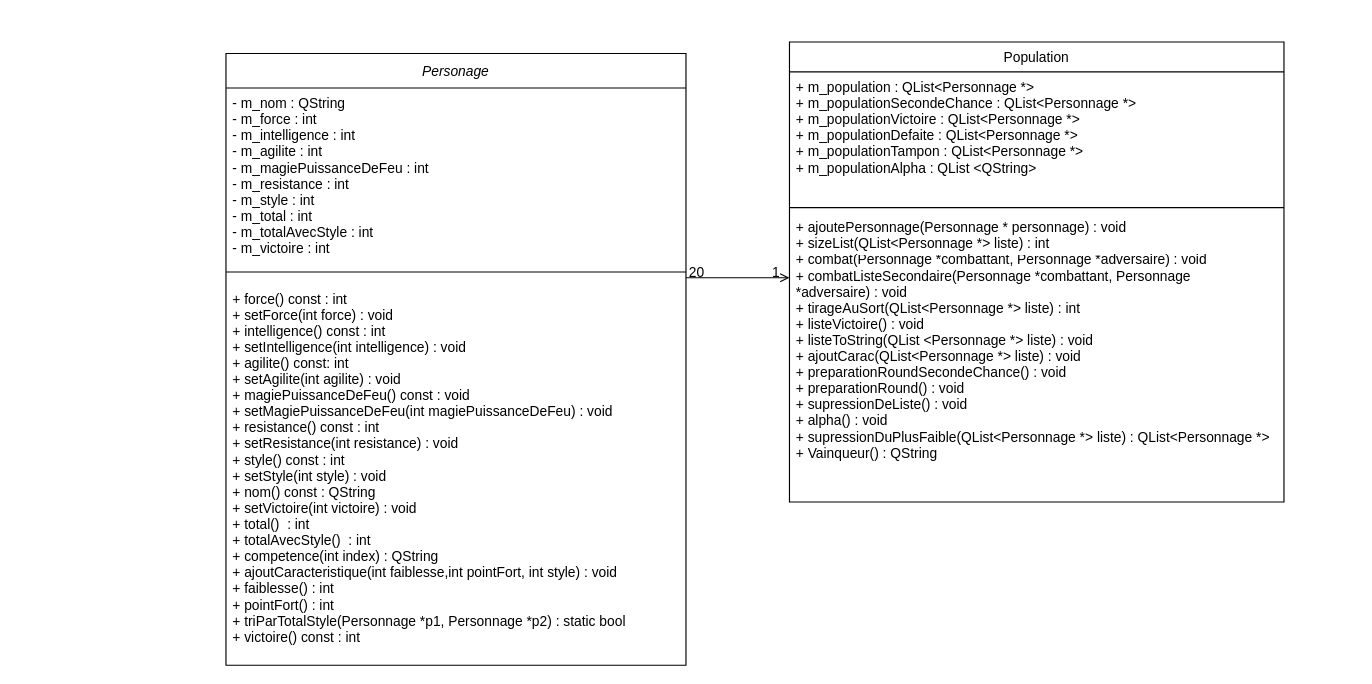
Before: Untitled Diagram.drawio in dylan6440/Cpp_Project, a draw.io diagram. Source tidied: cells renumbered, new cells numbered last; positions are measured from the earlier drawing's top-left corner, leaving out a move shared by most shapes. Both pictures are drawn from the tidied source at 115%, with x=0, y=0 at pixel (225, 41).
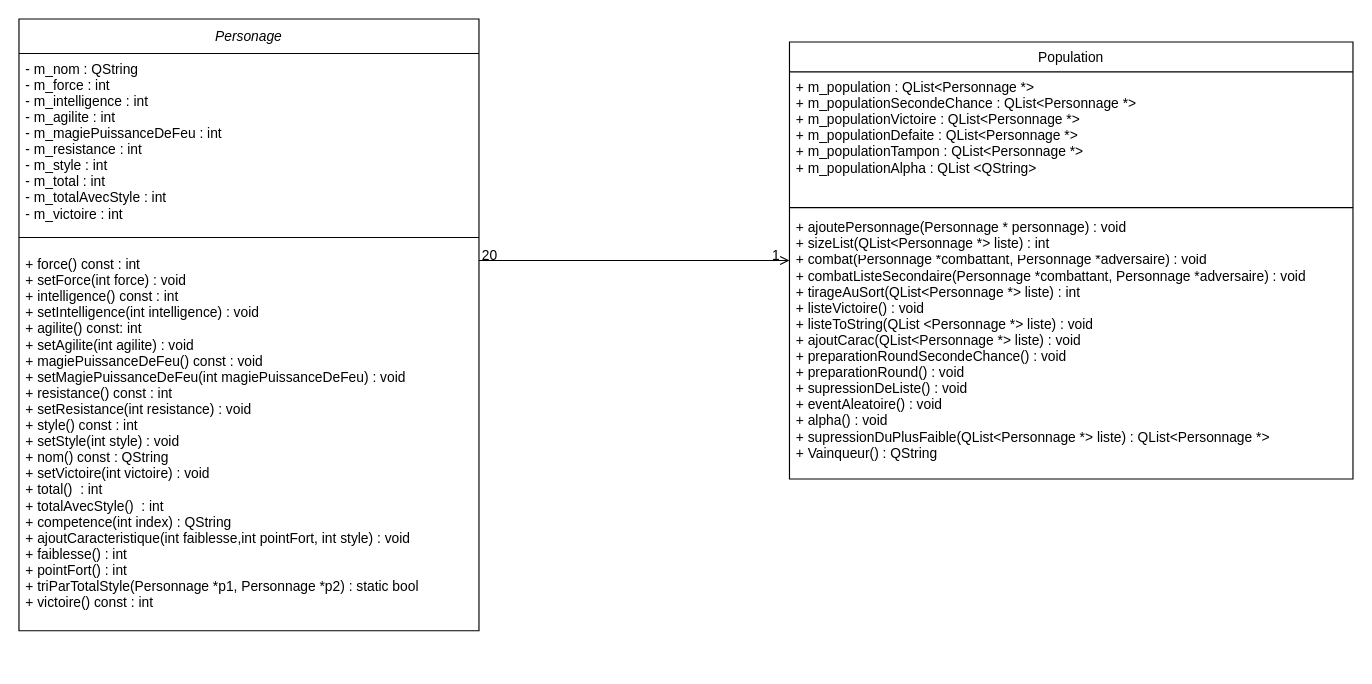
The same page after the edit.

Change to the diagram source:
```diff
@@
 <mxGraphModel>
   <root>
     <mxCell id="0" />
     <mxCell id="1" parent="0" />
     <mxCell id="2" value="Personage" style="swimlane;fontStyle=2;align=center;verticalAlign=middle;horizontal=1;startSize=30;rounded=0;shadow=0;strokeWidth=1;" parent="1" vertex="1">
-      <mxGeometry y="10" width="400" height="532" as="geometry" />
+      <mxGeometry x="-180" y="-20" width="400" height="532" as="geometry" />
     </mxCell>
     <mxCell id="3" value="- m_nom : QString&#10;- m_force : int&#10;- m_intelligence : int&#10;- m_agilite : int&#10;- m_magiePuissanceDeFeu : int&#10;- m_resistance : int&#10;- m_style : int&#10;- m_total : int&#10;- m_totalAvecStyle : int&#10;- m_victoire : int" style="text;align=left;verticalAlign=top;spacingLeft=4;spacingRight=4;overflow=hidden;" parent="2" vertex="1">
       <mxGeometry y="30" width="400" height="150" as="geometry" />
     </mxCell>
     <mxCell id="4" style="line;html=1;strokeWidth=1;align=left;verticalAlign=middle;spacingTop=-1;spacingLeft=3;spacingRight=3;labelPosition=right;" parent="2" vertex="1">
       <mxGeometry y="180" width="400" height="20" as="geometry" />
     </mxCell>
     <mxCell id="5" value="+ force() const : int&#10;+ setForce(int force) : void&#10;+ intelligence() const : int&#10;+ setIntelligence(int intelligence) : void&#10;+ agilite() const: int&#10;+ setAgilite(int agilite) : void&#10;+ magiePuissanceDeFeu() const : void&#10;+ setMagiePuissanceDeFeu(int magiePuissanceDeFeu) : void&#10;+ resistance() const : int&#10;+ setResistance(int resistance) : void&#10;+ style() const : int&#10;+ setStyle(int style) : void&#10;+ nom() const : QString &#10;+ setVictoire(int victoire) : void &#10;+ total()  : int &#10;+ totalAvecStyle()  : int &#10;+ competence(int index) : QString &#10;+ ajoutCaracteristique(int faiblesse,int pointFort, int style) : void &#10;+ faiblesse() : int &#10;+ pointFort() : int &#10;+ triParTotalStyle(Personnage *p1, Personnage *p2) : static bool&#10;+ victoire() const : int " style="text;align=left;verticalAlign=top;spacingLeft=4;spacingRight=4;overflow=hidden;" parent="2" vertex="1">
       <mxGeometry y="200" width="400" height="332" as="geometry" />
     </mxCell>
     <mxCell id="6" value="Population" style="swimlane;fontStyle=0;align=center;verticalAlign=top;horizontal=1;startSize=26;rounded=0;shadow=0;strokeWidth=1;" parent="1" vertex="1">
-      <mxGeometry x="490" width="430" height="400" as="geometry" />
+      <mxGeometry x="490" width="490" height="380" as="geometry" />
     </mxCell>
     <mxCell id="7" value="+ m_population : QList&lt;Personnage *&gt;&#10;+ m_populationSecondeChance : QList&lt;Personnage *&gt;&#10;+ m_populationVictoire : QList&lt;Personnage *&gt;&#10;+ m_populationDefaite : QList&lt;Personnage *&gt;&#10;+ m_populationTampon : QList&lt;Personnage *&gt;&#10;+ m_populationAlpha : QList &lt;QString&gt;" style="text;align=left;verticalAlign=top;spacingLeft=4;spacingRight=4;overflow=hidden;" parent="6" vertex="1">
-      <mxGeometry y="26" width="430" height="114" as="geometry" />
+      <mxGeometry y="26" width="490" height="114" as="geometry" />
     </mxCell>
     <mxCell id="8" style="line;html=1;strokeWidth=1;align=left;verticalAlign=middle;spacingTop=-1;spacingLeft=3;spacingRight=3;labelPosition=right;" parent="6" vertex="1">
-      <mxGeometry y="140" width="430" height="8" as="geometry" />
+      <mxGeometry y="140" width="490" height="8" as="geometry" />
     </mxCell>
-    <mxCell id="9" value="+ ajoutePersonnage(Personnage * personnage) : void&#10;+ sizeList(QList&lt;Personnage *&gt; liste) : int&#10;+ combat(Personnage *combattant, Personnage *adversaire) : void&#10;+ combatListeSecondaire(Personnage *combattant, Personnage&#10;*adversaire) : void&#10;+ tirageAuSort(QList&lt;Personnage *&gt; liste) : int&#10;+ listeVictoire() : void&#10;+ listeToString(QList &lt;Personnage *&gt; liste) : void&#10;+ ajoutCarac(QList&lt;Personnage *&gt; liste) : void&#10;+ preparationRoundSecondeChance() : void&#10;+ preparationRound() : void&#10;+ supressionDeListe() : void&#10;+ alpha() : void&#10;+ supressionDuPlusFaible(QList&lt;Personnage *&gt; liste) : QList&lt;Personnage *&gt;&#10;+ Vainqueur() : QString" style="text;align=left;verticalAlign=top;spacingLeft=4;spacingRight=4;overflow=hidden;" parent="6" vertex="1">
-      <mxGeometry y="148" width="430" height="242" as="geometry" />
+    <mxCell id="9" value="+ ajoutePersonnage(Personnage * personnage) : void&#10;+ sizeList(QList&lt;Personnage *&gt; liste) : int&#10;+ combat(Personnage *combattant, Personnage *adversaire) : void&#10;+ combatListeSecondaire(Personnage *combattant, Personnage *adversaire) : void&#10;+ tirageAuSort(QList&lt;Personnage *&gt; liste) : int&#10;+ listeVictoire() : void&#10;+ listeToString(QList &lt;Personnage *&gt; liste) : void&#10;+ ajoutCarac(QList&lt;Personnage *&gt; liste) : void&#10;+ preparationRoundSecondeChance() : void&#10;+ preparationRound() : void&#10;+ supressionDeListe() : void&#10;+ eventAleatoire() : void&#10;+ alpha() : void&#10;+ supressionDuPlusFaible(QList&lt;Personnage *&gt; liste) : QList&lt;Personnage *&gt;&#10;+ Vainqueur() : QString" style="text;align=left;verticalAlign=top;spacingLeft=4;spacingRight=4;overflow=hidden;" parent="6" vertex="1">
+      <mxGeometry y="148" width="490" height="232" as="geometry" />
     </mxCell>
     <mxCell id="10" style="endArrow=open;shadow=0;strokeWidth=1;rounded=0;endFill=1;edgeStyle=elbowEdgeStyle;elbow=vertical;" parent="1" edge="1" source="2" target="6">
       <mxGeometry x="0.5" y="41" relative="1" as="geometry">
         <mxPoint x="-40" y="32" as="offset" />
       </mxGeometry>
     </mxCell>
     <mxCell id="11" value="20" style="align=left;verticalAlign=bottom;labelBackgroundColor=none;fontSize=12;" parent="10" vertex="1">
       <mxGeometry x="-1" relative="1" as="geometry">
         <mxPoint x="1" y="4" as="offset" />
       </mxGeometry>
     </mxCell>
     <mxCell id="12" value="1" style="align=right;verticalAlign=bottom;labelBackgroundColor=none;fontSize=12;" parent="10" vertex="1">
       <mxGeometry x="1" relative="1" as="geometry">
         <mxPoint x="-7" y="4" as="offset" />
       </mxGeometry>
     </mxCell>
   </root>
 </mxGraphModel>
```
